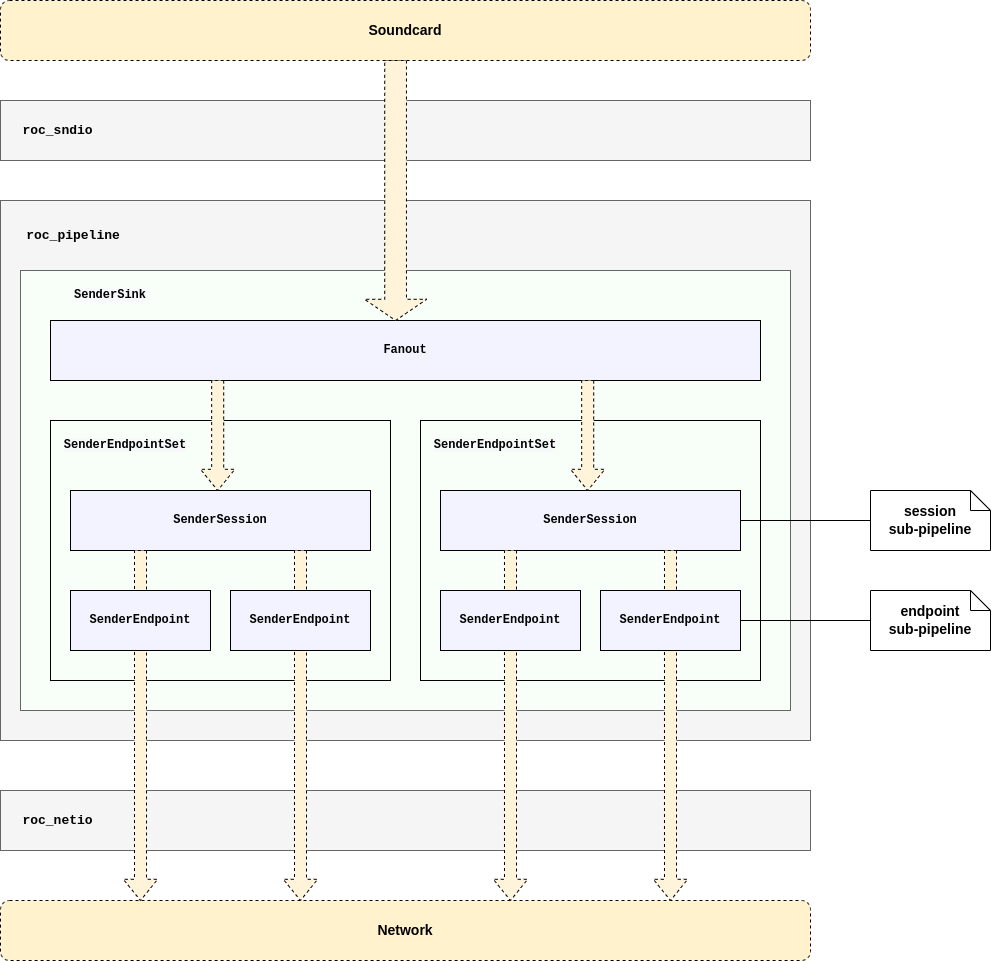
Earlier version of the draw.io export docs/sphinx/_images/sender_pipeline.png (roc-streaming/roc-toolkit). Source tidied: cells renumbered, new cells last; positions are measured from the earlier drawing's top-left corner, leaving out a move shared by most shapes. Its diagram source:
```xml
<mxGraphModel>
  <root>
    <mxCell id="0" />
    <mxCell id="1" parent="0" />
    <mxCell id="2" style="rounded=0;whiteSpace=wrap;html=1;fontFamily=Courier New;fillColor=#f5f5f5;fontColor=#333333;strokeColor=#666666;fontStyle=1;fontSize=16;" parent="1" vertex="1">
      <mxGeometry y="790" width="810" height="60" as="geometry" />
    </mxCell>
    <mxCell id="3" style="rounded=0;whiteSpace=wrap;html=1;fontFamily=Courier New;fillColor=#f5f5f5;fontColor=#333333;strokeColor=#666666;fontStyle=1;fontSize=16;" parent="1" vertex="1">
      <mxGeometry y="100" width="810" height="60" as="geometry" />
    </mxCell>
    <mxCell id="4" value="roc_netio" style="rounded=0;whiteSpace=wrap;html=1;fontFamily=Courier New;fillColor=#f5f5f5;fontColor=#333333;strokeColor=#666666;fontStyle=1;fontSize=12;" parent="1" vertex="1">
      <mxGeometry y="200" width="810" height="540" as="geometry" />
    </mxCell>
    <mxCell id="5" style="rounded=0;whiteSpace=wrap;html=1;fontFamily=Courier New;fillColor=#F8FFF9;fontColor=#333333;strokeColor=#666666;" parent="1" vertex="1">
      <mxGeometry x="20" y="270" width="770" height="440" as="geometry" />
    </mxCell>
    <mxCell id="6" value="&lt;span style=&quot;color: rgb(0, 0, 0); font-family: &amp;quot;Courier New&amp;quot;; font-size: 12px; font-style: normal; font-variant-ligatures: normal; font-variant-caps: normal; letter-spacing: normal; orphans: 2; text-align: center; text-indent: 0px; text-transform: none; widows: 2; word-spacing: 0px; -webkit-text-stroke-width: 0px; background-color: rgb(248, 249, 250); text-decoration-thickness: initial; text-decoration-style: initial; text-decoration-color: initial; float: none; display: inline !important;&quot;&gt;SenderSink&lt;/span&gt;" style="text;html=1;strokeColor=none;fillColor=none;align=center;verticalAlign=middle;whiteSpace=wrap;rounded=0;fontFamily=Courier New;fontStyle=1;" parent="1" vertex="1">
      <mxGeometry x="50" y="280" width="120" height="30" as="geometry" />
    </mxCell>
    <mxCell id="7" value="Fanout" style="rounded=0;whiteSpace=wrap;html=1;fontFamily=Courier New;fillColor=#F3F3FF;fontStyle=1;" parent="1" vertex="1">
      <mxGeometry x="50" y="320" width="710" height="60" as="geometry" />
    </mxCell>
    <mxCell id="8" style="html=1;shadow=0;dashed=1;align=center;verticalAlign=middle;shape=mxgraph.arrows2.arrow;dy=0.65;dx=21.21;direction=south;notch=0;fontFamily=Helvetica;fontSize=14;fillColor=#fff4d9;" parent="1" vertex="1">
      <mxGeometry x="364" y="60" width="62.2" height="260" as="geometry" />
    </mxCell>
    <mxCell id="9" value="Network" style="rounded=1;whiteSpace=wrap;html=1;fontFamily=Helvetica;fontSize=14;fillColor=#fff2cc;fontStyle=1;strokeColor=#000000;dashed=1;" parent="1" vertex="1">
      <mxGeometry y="900" width="810" height="60" as="geometry" />
    </mxCell>
    <mxCell id="10" value="Soundcard" style="rounded=1;whiteSpace=wrap;html=1;fontFamily=Helvetica;fontSize=14;fillColor=#fff2cc;fontStyle=1;strokeColor=#000000;dashed=1;" parent="1" vertex="1">
      <mxGeometry width="810" height="60" as="geometry" />
    </mxCell>
    <mxCell id="11" value="roc_pipeline" style="text;html=1;strokeColor=none;fillColor=none;align=center;verticalAlign=middle;whiteSpace=wrap;rounded=0;fontFamily=Courier New;fontSize=13;fontStyle=1;" parent="1" vertex="1">
      <mxGeometry x="22.8" y="220" width="100" height="30" as="geometry" />
    </mxCell>
    <mxCell id="12" value="roc_sndio" style="text;html=1;strokeColor=none;fillColor=none;align=center;verticalAlign=middle;whiteSpace=wrap;rounded=0;fontFamily=Courier New;fontSize=13;fontStyle=1;" parent="1" vertex="1">
      <mxGeometry x="20" y="115" width="75" height="30" as="geometry" />
    </mxCell>
    <mxCell id="13" value="roc_netio" style="text;html=1;strokeColor=none;fillColor=none;align=center;verticalAlign=middle;whiteSpace=wrap;rounded=0;fontFamily=Courier New;fontSize=13;fontStyle=1;" parent="1" vertex="1">
      <mxGeometry x="20" y="805" width="75" height="30" as="geometry" />
    </mxCell>
    <mxCell id="14" value="&lt;span style=&quot;font-size: 14px;&quot;&gt;endpoint&lt;/span&gt;&lt;br style=&quot;font-size: 14px;&quot;&gt;&lt;span style=&quot;font-size: 14px;&quot;&gt;sub-pipeline&lt;/span&gt;" style="shape=note;size=20;whiteSpace=wrap;html=1;fontStyle=1;" parent="1" vertex="1">
      <mxGeometry x="870" y="590" width="120" height="60" as="geometry" />
    </mxCell>
    <mxCell id="15" value="&lt;span style=&quot;font-size: 14px;&quot;&gt;session&lt;/span&gt;&lt;br style=&quot;font-size: 14px;&quot;&gt;&lt;span style=&quot;font-size: 14px;&quot;&gt;sub-pipeline&lt;/span&gt;" style="shape=note;size=20;whiteSpace=wrap;html=1;fontStyle=1;" parent="1" vertex="1">
      <mxGeometry x="870" y="490" width="120" height="60" as="geometry" />
    </mxCell>
    <mxCell id="16" style="rounded=0;whiteSpace=wrap;html=1;fillColor=#F8FFF9;" parent="1" vertex="1">
      <mxGeometry x="50" y="420" width="340" height="260" as="geometry" />
    </mxCell>
    <mxCell id="17" value="SenderSession" style="rounded=0;whiteSpace=wrap;html=1;fontFamily=Courier New;fontStyle=1;fillColor=#F3F3FF;" parent="1" vertex="1">
      <mxGeometry x="70" y="490" width="300" height="60" as="geometry" />
    </mxCell>
    <mxCell id="18" value="&lt;span style=&quot;color: rgb(0, 0, 0); font-size: 12px; font-style: normal; font-variant-ligatures: normal; font-variant-caps: normal; letter-spacing: normal; orphans: 2; text-align: center; text-indent: 0px; text-transform: none; widows: 2; word-spacing: 0px; -webkit-text-stroke-width: 0px; background-color: rgb(248, 249, 250); text-decoration-thickness: initial; text-decoration-style: initial; text-decoration-color: initial; float: none; display: inline !important;&quot;&gt;SenderEndpointSet&lt;/span&gt;" style="text;html=1;strokeColor=none;fillColor=none;align=center;verticalAlign=middle;whiteSpace=wrap;rounded=0;fontFamily=Courier New;fontStyle=1;" parent="1" vertex="1">
      <mxGeometry x="60" y="430" width="130" height="30" as="geometry" />
    </mxCell>
    <mxCell id="19" style="html=1;shadow=0;dashed=1;align=center;verticalAlign=middle;shape=mxgraph.arrows2.arrow;dy=0.65;dx=21.21;direction=south;notch=0;fontFamily=Helvetica;fontSize=14;fillColor=#fff4d9;gradientColor=none;" parent="1" vertex="1">
      <mxGeometry x="200" y="380" width="34.4" height="110" as="geometry" />
    </mxCell>
    <mxCell id="20" style="html=1;shadow=0;dashed=1;align=center;verticalAlign=middle;shape=mxgraph.arrows2.arrow;dy=0.65;dx=21.21;direction=south;notch=0;fontFamily=Helvetica;fontSize=14;fillColor=#fff4d9;" parent="1" vertex="1">
      <mxGeometry x="122.8" y="550" width="34.4" height="350" as="geometry" />
    </mxCell>
    <mxCell id="21" style="edgeStyle=orthogonalEdgeStyle;rounded=0;orthogonalLoop=1;jettySize=auto;html=1;exitX=0.5;exitY=1;exitDx=0;exitDy=0;" parent="1" edge="1" source="23" target="23">
      <mxGeometry relative="1" as="geometry" />
    </mxCell>
    <mxCell id="22" style="html=1;shadow=0;dashed=1;align=center;verticalAlign=middle;shape=mxgraph.arrows2.arrow;dy=0.65;dx=21.21;direction=south;notch=0;fontFamily=Helvetica;fontSize=14;fillColor=#fff4d9;" parent="1" vertex="1">
      <mxGeometry x="282.8" y="550" width="34.4" height="350" as="geometry" />
    </mxCell>
    <mxCell id="23" value="SenderEndpoint" style="rounded=0;whiteSpace=wrap;html=1;fontFamily=Courier New;fontStyle=1;fillColor=#F3F3FF;" parent="1" vertex="1">
      <mxGeometry x="230" y="590" width="140" height="60" as="geometry" />
    </mxCell>
    <mxCell id="24" value="SenderEndpoint" style="rounded=0;whiteSpace=wrap;html=1;fontFamily=Courier New;fontStyle=1;fillColor=#F3F3FF;" parent="1" vertex="1">
      <mxGeometry x="70" y="590" width="140" height="60" as="geometry" />
    </mxCell>
    <mxCell id="25" style="rounded=0;whiteSpace=wrap;html=1;fillColor=#F8FFF9;" parent="1" vertex="1">
      <mxGeometry x="420" y="420" width="340" height="260" as="geometry" />
    </mxCell>
    <mxCell id="26" value="SenderSession" style="rounded=0;whiteSpace=wrap;html=1;fontFamily=Courier New;fontStyle=1;fillColor=#F3F3FF;" parent="1" vertex="1">
      <mxGeometry x="440" y="490" width="300" height="60" as="geometry" />
    </mxCell>
    <mxCell id="27" value="&lt;span style=&quot;color: rgb(0, 0, 0); font-size: 12px; font-style: normal; font-variant-ligatures: normal; font-variant-caps: normal; letter-spacing: normal; orphans: 2; text-align: center; text-indent: 0px; text-transform: none; widows: 2; word-spacing: 0px; -webkit-text-stroke-width: 0px; background-color: rgb(248, 249, 250); text-decoration-thickness: initial; text-decoration-style: initial; text-decoration-color: initial; float: none; display: inline !important;&quot;&gt;SenderEndpointSet&lt;/span&gt;" style="text;html=1;strokeColor=none;fillColor=none;align=center;verticalAlign=middle;whiteSpace=wrap;rounded=0;fontFamily=Courier New;fontStyle=1;" parent="1" vertex="1">
      <mxGeometry x="430" y="430" width="130" height="30" as="geometry" />
    </mxCell>
    <mxCell id="28" style="html=1;shadow=0;dashed=1;align=center;verticalAlign=middle;shape=mxgraph.arrows2.arrow;dy=0.65;dx=21.21;direction=south;notch=0;fontFamily=Helvetica;fontSize=14;fillColor=#fff4d9;gradientColor=none;" parent="1" vertex="1">
      <mxGeometry x="570" y="380" width="34.4" height="110" as="geometry" />
    </mxCell>
    <mxCell id="29" style="html=1;shadow=0;dashed=1;align=center;verticalAlign=middle;shape=mxgraph.arrows2.arrow;dy=0.65;dx=21.21;direction=south;notch=0;fontFamily=Helvetica;fontSize=14;fillColor=#fff4d9;" parent="1" vertex="1">
      <mxGeometry x="492.8" y="550" width="34.4" height="350" as="geometry" />
    </mxCell>
    <mxCell id="30" style="edgeStyle=orthogonalEdgeStyle;rounded=0;orthogonalLoop=1;jettySize=auto;html=1;exitX=0.5;exitY=1;exitDx=0;exitDy=0;" parent="1" edge="1" source="32" target="32">
      <mxGeometry relative="1" as="geometry" />
    </mxCell>
    <mxCell id="31" style="html=1;shadow=0;dashed=1;align=center;verticalAlign=middle;shape=mxgraph.arrows2.arrow;dy=0.65;dx=21.21;direction=south;notch=0;fontFamily=Helvetica;fontSize=14;fillColor=#fff4d9;" parent="1" vertex="1">
      <mxGeometry x="652.8" y="550" width="34.4" height="350" as="geometry" />
    </mxCell>
    <mxCell id="32" value="SenderEndpoint" style="rounded=0;whiteSpace=wrap;html=1;fontFamily=Courier New;fontStyle=1;fillColor=#F3F3FF;" parent="1" vertex="1">
      <mxGeometry x="600" y="590" width="140" height="60" as="geometry" />
    </mxCell>
    <mxCell id="33" value="SenderEndpoint" style="rounded=0;whiteSpace=wrap;html=1;fontFamily=Courier New;fontStyle=1;fillColor=#F3F3FF;" parent="1" vertex="1">
      <mxGeometry x="440" y="590" width="140" height="60" as="geometry" />
    </mxCell>
    <mxCell id="34" style="endArrow=none;html=1;rounded=0;" parent="1" edge="1" source="26" target="15">
      <mxGeometry relative="1" as="geometry" />
    </mxCell>
    <mxCell id="35" style="endArrow=none;html=1;rounded=0;" parent="1" edge="1" source="32" target="14">
      <mxGeometry relative="1" as="geometry" />
    </mxCell>
  </root>
</mxGraphModel>
```
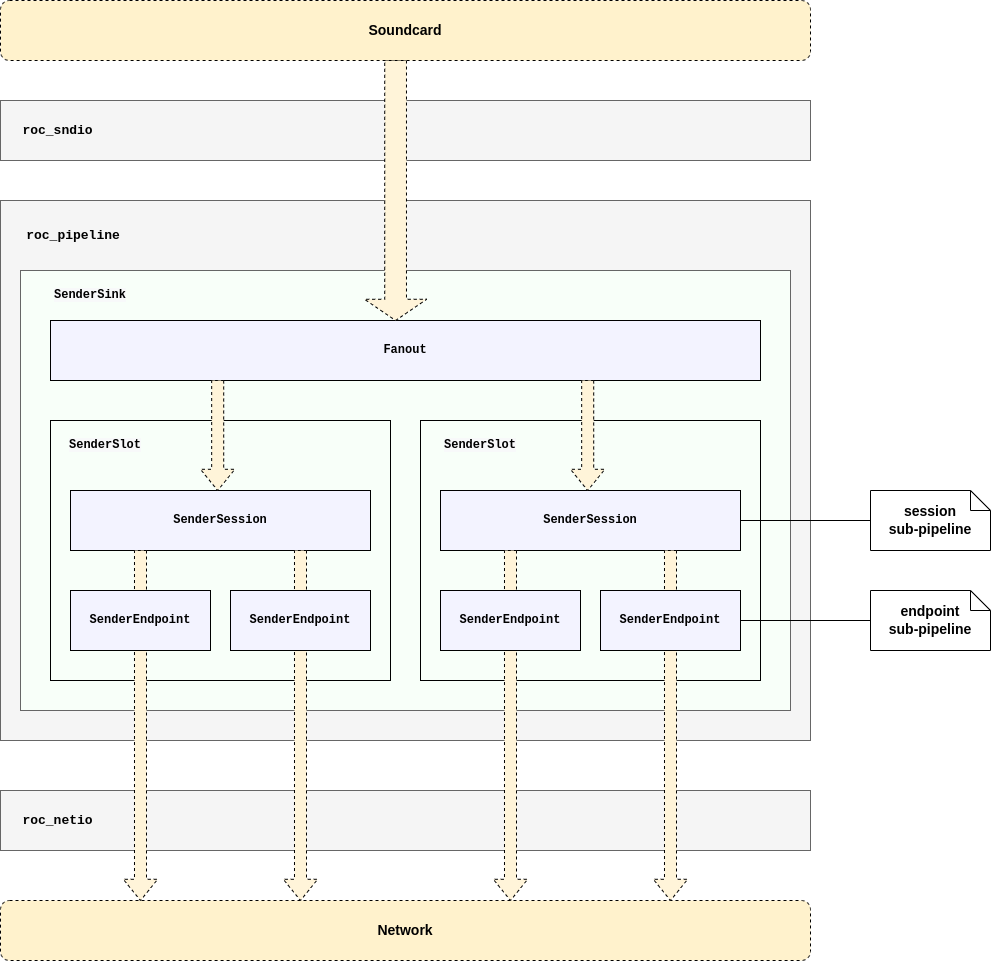
The same diagram one commit later.

Change to the diagram source:
```diff
@@ -15,7 +15,7 @@
       <mxGeometry x="20" y="270" width="770" height="440" as="geometry" />
     </mxCell>
     <mxCell id="6" value="&lt;span style=&quot;color: rgb(0, 0, 0); font-family: &amp;quot;Courier New&amp;quot;; font-size: 12px; font-style: normal; font-variant-ligatures: normal; font-variant-caps: normal; letter-spacing: normal; orphans: 2; text-align: center; text-indent: 0px; text-transform: none; widows: 2; word-spacing: 0px; -webkit-text-stroke-width: 0px; background-color: rgb(248, 249, 250); text-decoration-thickness: initial; text-decoration-style: initial; text-decoration-color: initial; float: none; display: inline !important;&quot;&gt;SenderSink&lt;/span&gt;" style="text;html=1;strokeColor=none;fillColor=none;align=center;verticalAlign=middle;whiteSpace=wrap;rounded=0;fontFamily=Courier New;fontStyle=1;" parent="1" vertex="1">
-      <mxGeometry x="50" y="280" width="120" height="30" as="geometry" />
+      <mxGeometry x="50" y="280" width="80" height="30" as="geometry" />
     </mxCell>
     <mxCell id="7" value="Fanout" style="rounded=0;whiteSpace=wrap;html=1;fontFamily=Courier New;fillColor=#F3F3FF;fontStyle=1;" parent="1" vertex="1">
       <mxGeometry x="50" y="320" width="710" height="60" as="geometry" />
@@ -50,8 +50,8 @@
     <mxCell id="17" value="SenderSession" style="rounded=0;whiteSpace=wrap;html=1;fontFamily=Courier New;fontStyle=1;fillColor=#F3F3FF;" parent="1" vertex="1">
       <mxGeometry x="70" y="490" width="300" height="60" as="geometry" />
     </mxCell>
-    <mxCell id="18" value="&lt;span style=&quot;color: rgb(0, 0, 0); font-size: 12px; font-style: normal; font-variant-ligatures: normal; font-variant-caps: normal; letter-spacing: normal; orphans: 2; text-align: center; text-indent: 0px; text-transform: none; widows: 2; word-spacing: 0px; -webkit-text-stroke-width: 0px; background-color: rgb(248, 249, 250); text-decoration-thickness: initial; text-decoration-style: initial; text-decoration-color: initial; float: none; display: inline !important;&quot;&gt;SenderEndpointSet&lt;/span&gt;" style="text;html=1;strokeColor=none;fillColor=none;align=center;verticalAlign=middle;whiteSpace=wrap;rounded=0;fontFamily=Courier New;fontStyle=1;" parent="1" vertex="1">
-      <mxGeometry x="60" y="430" width="130" height="30" as="geometry" />
+    <mxCell id="18" value="&lt;span style=&quot;color: rgb(0, 0, 0); font-size: 12px; font-style: normal; font-variant-ligatures: normal; font-variant-caps: normal; letter-spacing: normal; orphans: 2; text-align: center; text-indent: 0px; text-transform: none; widows: 2; word-spacing: 0px; -webkit-text-stroke-width: 0px; background-color: rgb(248, 249, 250); text-decoration-thickness: initial; text-decoration-style: initial; text-decoration-color: initial; float: none; display: inline !important;&quot;&gt;SenderSlot&lt;/span&gt;" style="text;html=1;strokeColor=none;fillColor=none;align=center;verticalAlign=middle;whiteSpace=wrap;rounded=0;fontFamily=Courier New;fontStyle=1;" parent="1" vertex="1">
+      <mxGeometry x="60" y="430" width="90" height="30" as="geometry" />
     </mxCell>
     <mxCell id="19" style="html=1;shadow=0;dashed=1;align=center;verticalAlign=middle;shape=mxgraph.arrows2.arrow;dy=0.65;dx=21.21;direction=south;notch=0;fontFamily=Helvetica;fontSize=14;fillColor=#fff4d9;gradientColor=none;" parent="1" vertex="1">
       <mxGeometry x="200" y="380" width="34.4" height="110" as="geometry" />
@@ -77,8 +77,8 @@
     <mxCell id="26" value="SenderSession" style="rounded=0;whiteSpace=wrap;html=1;fontFamily=Courier New;fontStyle=1;fillColor=#F3F3FF;" parent="1" vertex="1">
       <mxGeometry x="440" y="490" width="300" height="60" as="geometry" />
     </mxCell>
-    <mxCell id="27" value="&lt;span style=&quot;color: rgb(0, 0, 0); font-size: 12px; font-style: normal; font-variant-ligatures: normal; font-variant-caps: normal; letter-spacing: normal; orphans: 2; text-align: center; text-indent: 0px; text-transform: none; widows: 2; word-spacing: 0px; -webkit-text-stroke-width: 0px; background-color: rgb(248, 249, 250); text-decoration-thickness: initial; text-decoration-style: initial; text-decoration-color: initial; float: none; display: inline !important;&quot;&gt;SenderEndpointSet&lt;/span&gt;" style="text;html=1;strokeColor=none;fillColor=none;align=center;verticalAlign=middle;whiteSpace=wrap;rounded=0;fontFamily=Courier New;fontStyle=1;" parent="1" vertex="1">
-      <mxGeometry x="430" y="430" width="130" height="30" as="geometry" />
+    <mxCell id="27" value="&lt;span style=&quot;color: rgb(0, 0, 0); font-size: 12px; font-style: normal; font-variant-ligatures: normal; font-variant-caps: normal; letter-spacing: normal; orphans: 2; text-align: center; text-indent: 0px; text-transform: none; widows: 2; word-spacing: 0px; -webkit-text-stroke-width: 0px; background-color: rgb(248, 249, 250); text-decoration-thickness: initial; text-decoration-style: initial; text-decoration-color: initial; float: none; display: inline !important;&quot;&gt;SenderSlot&lt;/span&gt;" style="text;html=1;strokeColor=none;fillColor=none;align=center;verticalAlign=middle;whiteSpace=wrap;rounded=0;fontFamily=Courier New;fontStyle=1;" parent="1" vertex="1">
+      <mxGeometry x="430" y="430" width="100" height="30" as="geometry" />
     </mxCell>
     <mxCell id="28" style="html=1;shadow=0;dashed=1;align=center;verticalAlign=middle;shape=mxgraph.arrows2.arrow;dy=0.65;dx=21.21;direction=south;notch=0;fontFamily=Helvetica;fontSize=14;fillColor=#fff4d9;gradientColor=none;" parent="1" vertex="1">
       <mxGeometry x="570" y="380" width="34.4" height="110" as="geometry" />
```
